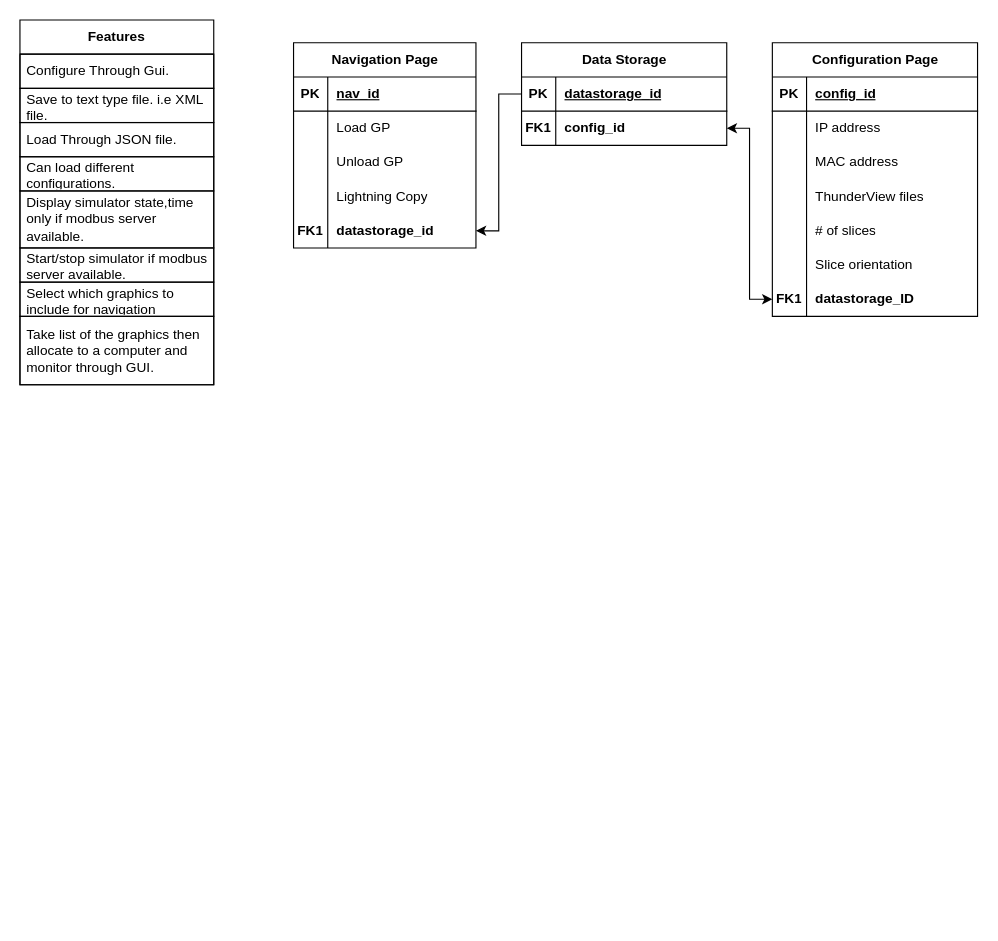
Above: GUI_DesignMap.drawio in MansourMohamedAli/GPS_UserInterface (draw.io), before the change. Source tidied: cells renumbered, new cells numbered last; positions are measured from the earlier drawing's top-left corner, leaving out a move shared by most shapes. Both pictures are drawn from the tidied source at 114%, with x=0, y=0 at pixel (19, 19).
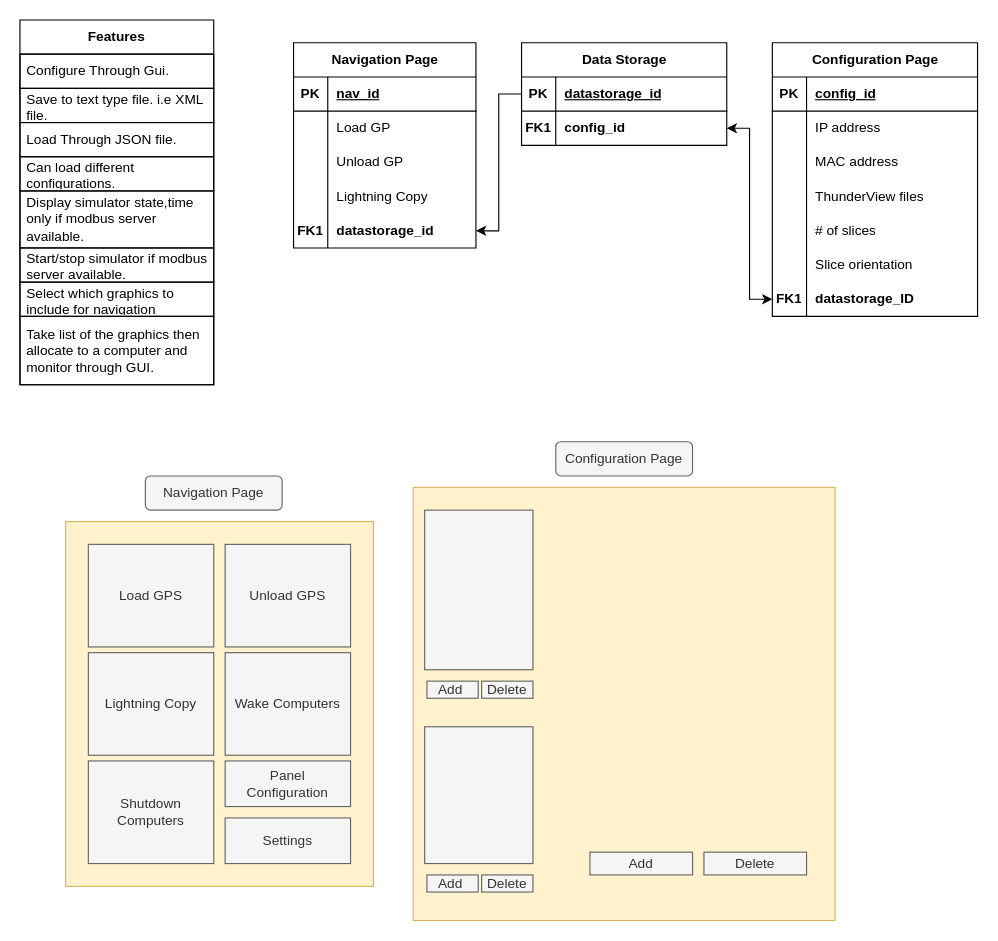
Above is the later version.

Commit message (it also covers changes not shown here):
- Created Drawing depicting layout of pages. - Deleted more mirion related things from main.py

Change to the diagram source:
```diff
@@
+    <mxCell id="58" style="rounded=0;whiteSpace=wrap;html=1;fillColor=#fff2cc;strokeColor=#d6b656;" parent="1" vertex="1">
+      <mxGeometry x="40" y="440" width="270" height="320" as="geometry" />
+    </mxCell>
@@
+    <mxCell id="59" value="Load GPS" style="rounded=0;whiteSpace=wrap;html=1;fillColor=#f5f5f5;fontColor=#333333;strokeColor=#666666;" parent="1" vertex="1">
+      <mxGeometry x="60" y="460" width="110" height="90" as="geometry" />
+    </mxCell>
+    <mxCell id="60" value="Unload GPS" style="rounded=0;whiteSpace=wrap;html=1;fillColor=#f5f5f5;fontColor=#333333;strokeColor=#666666;" parent="1" vertex="1">
+      <mxGeometry x="180" y="460" width="110" height="90" as="geometry" />
+    </mxCell>
+    <mxCell id="61" value="Lightning Copy" style="rounded=0;whiteSpace=wrap;html=1;fillColor=#f5f5f5;fontColor=#333333;strokeColor=#666666;" parent="1" vertex="1">
+      <mxGeometry x="60" y="555" width="110" height="90" as="geometry" />
+    </mxCell>
+    <mxCell id="62" value="Wake Computers" style="rounded=0;whiteSpace=wrap;html=1;fillColor=#f5f5f5;fontColor=#333333;strokeColor=#666666;" parent="1" vertex="1">
+      <mxGeometry x="180" y="555" width="110" height="90" as="geometry" />
+    </mxCell>
+    <mxCell id="63" value="Shutdown Computers" style="rounded=0;whiteSpace=wrap;html=1;fillColor=#f5f5f5;fontColor=#333333;strokeColor=#666666;" parent="1" vertex="1">
+      <mxGeometry x="60" y="650" width="110" height="90" as="geometry" />
+    </mxCell>
+    <mxCell id="64" value="Panel &lt;br&gt;Configuration" style="rounded=0;whiteSpace=wrap;html=1;fillColor=#f5f5f5;fontColor=#333333;strokeColor=#666666;" parent="1" vertex="1">
+      <mxGeometry x="180" y="650" width="110" height="40" as="geometry" />
+    </mxCell>
+    <mxCell id="65" value="Navigation Page" style="rounded=1;whiteSpace=wrap;html=1;fillColor=#f5f5f5;strokeColor=#666666;fontColor=#333333;" parent="1" vertex="1">
+      <mxGeometry x="110" y="400" width="120" height="30" as="geometry" />
+    </mxCell>
+    <mxCell id="66" value="Configuration Page" style="rounded=1;whiteSpace=wrap;html=1;fillColor=#f5f5f5;strokeColor=#666666;fontColor=#333333;" parent="1" vertex="1">
+      <mxGeometry x="470" y="370" width="120" height="30" as="geometry" />
+    </mxCell>
+    <mxCell id="67" value="Settings" style="rounded=0;whiteSpace=wrap;html=1;fillColor=#f5f5f5;fontColor=#333333;strokeColor=#666666;" parent="1" vertex="1">
+      <mxGeometry x="180" y="700" width="110" height="40" as="geometry" />
+    </mxCell>
+    <mxCell id="68" style="rounded=0;whiteSpace=wrap;html=1;fillColor=#fff2cc;strokeColor=#d6b656;" parent="1" vertex="1">
+      <mxGeometry x="345" y="410" width="370" height="380" as="geometry" />
+    </mxCell>
+    <mxCell id="69" style="rounded=0;whiteSpace=wrap;html=1;fillColor=#f5f5f5;fontColor=#333333;strokeColor=#666666;" parent="1" vertex="1">
+      <mxGeometry x="355" y="620" width="95" height="120" as="geometry" />
+    </mxCell>
+    <mxCell id="70" value="Add" style="rounded=0;whiteSpace=wrap;html=1;fillColor=#f5f5f5;fontColor=#333333;strokeColor=#666666;" parent="1" vertex="1">
+      <mxGeometry x="500" y="730" width="90" height="20" as="geometry" />
+    </mxCell>
+    <mxCell id="71" value="Delete" style="rounded=0;whiteSpace=wrap;html=1;fillColor=#f5f5f5;fontColor=#333333;strokeColor=#666666;" parent="1" vertex="1">
+      <mxGeometry x="600" y="730" width="90" height="20" as="geometry" />
+    </mxCell>
+    <mxCell id="72" style="rounded=0;whiteSpace=wrap;html=1;fillColor=#f5f5f5;fontColor=#333333;strokeColor=#666666;" parent="1" vertex="1">
+      <mxGeometry x="355" y="430" width="95" height="140" as="geometry" />
+    </mxCell>
+    <mxCell id="73" value="Add&amp;nbsp;" style="rounded=0;whiteSpace=wrap;html=1;fillColor=#f5f5f5;fontColor=#333333;strokeColor=#666666;" parent="1" vertex="1">
+      <mxGeometry x="357" y="580" width="45" height="15" as="geometry" />
+    </mxCell>
+    <mxCell id="74" value="Delete" style="rounded=0;whiteSpace=wrap;html=1;fillColor=#f5f5f5;fontColor=#333333;strokeColor=#666666;" parent="1" vertex="1">
+      <mxGeometry x="405" y="580" width="45" height="15" as="geometry" />
+    </mxCell>
+    <mxCell id="75" value="Add&amp;nbsp;" style="rounded=0;whiteSpace=wrap;html=1;fillColor=#f5f5f5;fontColor=#333333;strokeColor=#666666;" parent="1" vertex="1">
+      <mxGeometry x="357" y="750" width="45" height="15" as="geometry" />
+    </mxCell>
+    <mxCell id="76" value="Delete" style="rounded=0;whiteSpace=wrap;html=1;fillColor=#f5f5f5;fontColor=#333333;strokeColor=#666666;" parent="1" vertex="1">
+      <mxGeometry x="405" y="750" width="45" height="15" as="geometry" />
+    </mxCell>
```
